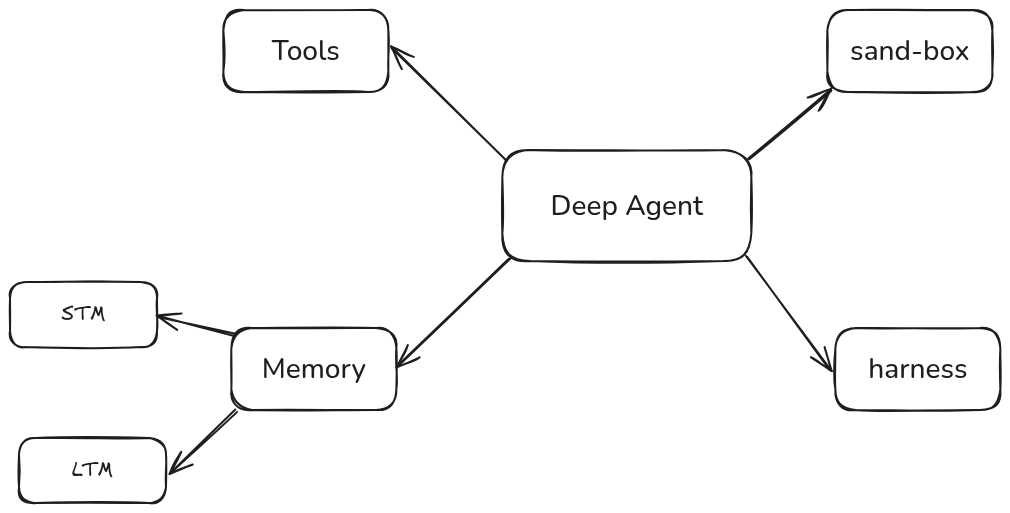
MDalamin5/End-to-End-Agentic-Ai-Automation-Lab keeps this Excalidraw diagram as 28-Intorduction-to-deep-and-Agents-Harness/Module-1-Building-Deep-Agent/da-architecture.excalidraw.png. Above is the earlier version. Source tidied: one line per element, renumbered; positions are measured from the earlier drawing's top-left corner, leaving out a move shared by most shapes.
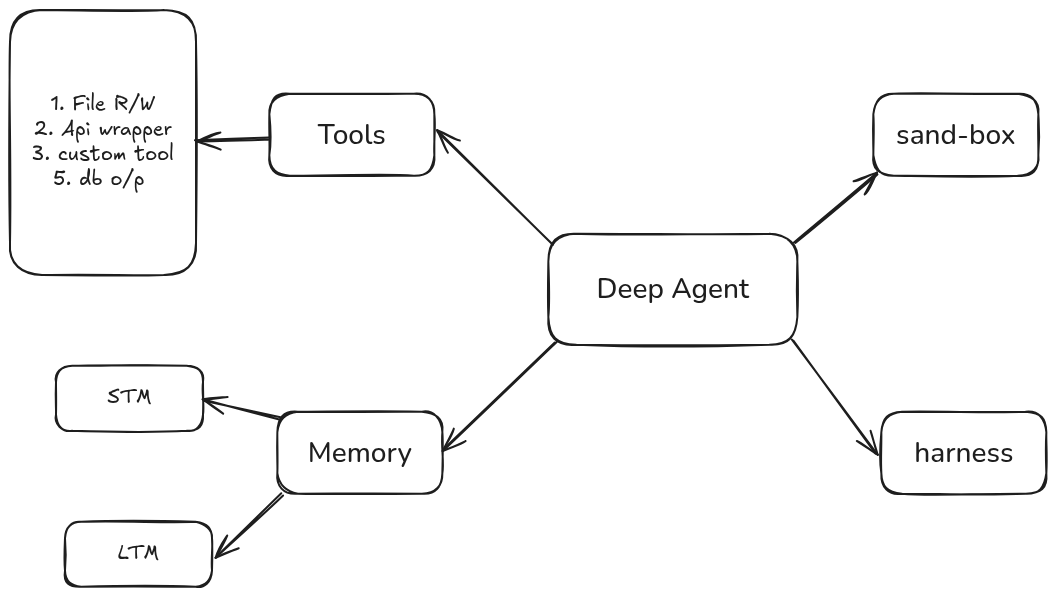
Above is the later version.

Commit message:
different kind of tools are defined

Change to the diagram source:
```diff
@@ -18,3 +18,6 @@
 {"id": 17, "type": "text", "text": "LTM", "strokeColor": "#1e1e1e", "strokeWidth": 2, "roughness": 1, "fontSize": 20, "fontFamily": 5, "textAlign": "center", "verticalAlign": "middle", "inside": 16, "x": 62, "y": 448, "width": 41, "height": 25}
 {"id": 18, "type": "arrow", "strokeColor": "#1e1e1e", "strokeWidth": 2, "roughness": 1, "endArrowhead": "arrow", "round": true, "from": 6, "to": 14, "x": 224, "y": 324, "width": 76, "height": 18, "points": [[0, 0], [-76, -18]]}
 {"id": 19, "type": "arrow", "strokeColor": "#1e1e1e", "strokeWidth": 2, "roughness": 1, "endArrowhead": "arrow", "round": true, "from": 6, "to": 16, "x": 226, "y": 400, "width": 66, "height": 64, "points": [[0, 0], [-66, 64]]}
+{"id": 20, "type": "rectangle", "strokeColor": "#1e1e1e", "strokeWidth": 2, "roughness": 1, "round": true, "x": -46, "y": -84, "width": 186, "height": 265}
+{"id": 21, "type": "text", "text": "1. File R/W\n2. Api wrapper\n3. custom tool\n5. db o/p ", "strokeColor": "#1e1e1e", "strokeWidth": 2, "roughness": 1, "fontSize": 20, "fontFamily": 5, "textAlign": "center", "verticalAlign": "middle", "inside": 20, "x": -24, "y": -1, "width": 141, "height": 100}
+{"id": 22, "type": "arrow", "strokeColor": "#1e1e1e", "strokeWidth": 2, "roughness": 1, "endArrowhead": "arrow", "round": true, "from": 2, "to": 20, "x": 212, "y": 44, "width": 72, "height": 3, "points": [[0, 0], [-72, 3]]}
```
